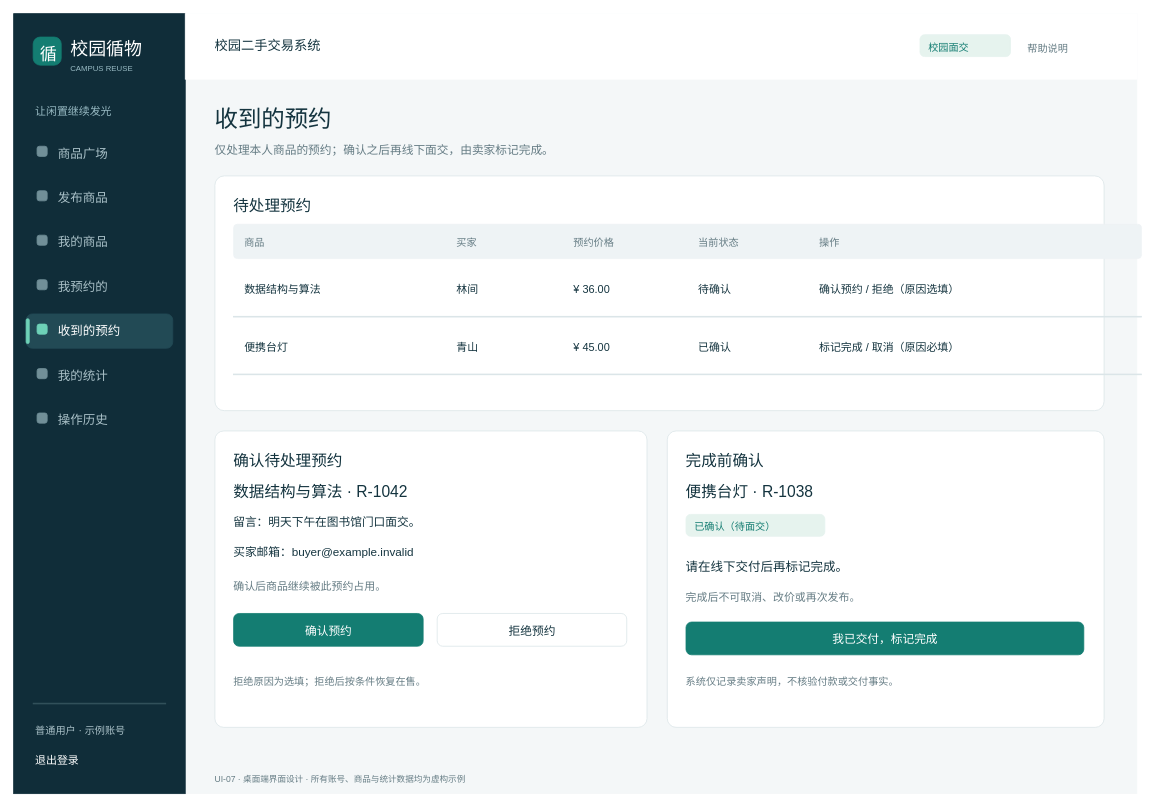
Before: page "界面07_收到的预约" (7 of 14) of lab2/UI/校园循物_UI设计.drawio in hqzhao-debug/software-engineering-lab1, a draw.io diagram. Source tidied: cells renumbered, new cells numbered last; positions are measured from the earlier drawing's top-left corner, leaving out a move shared by most shapes. Both pictures are drawn from the tidied source at 78%, with x=0, y=0 at pixel (13, 13).
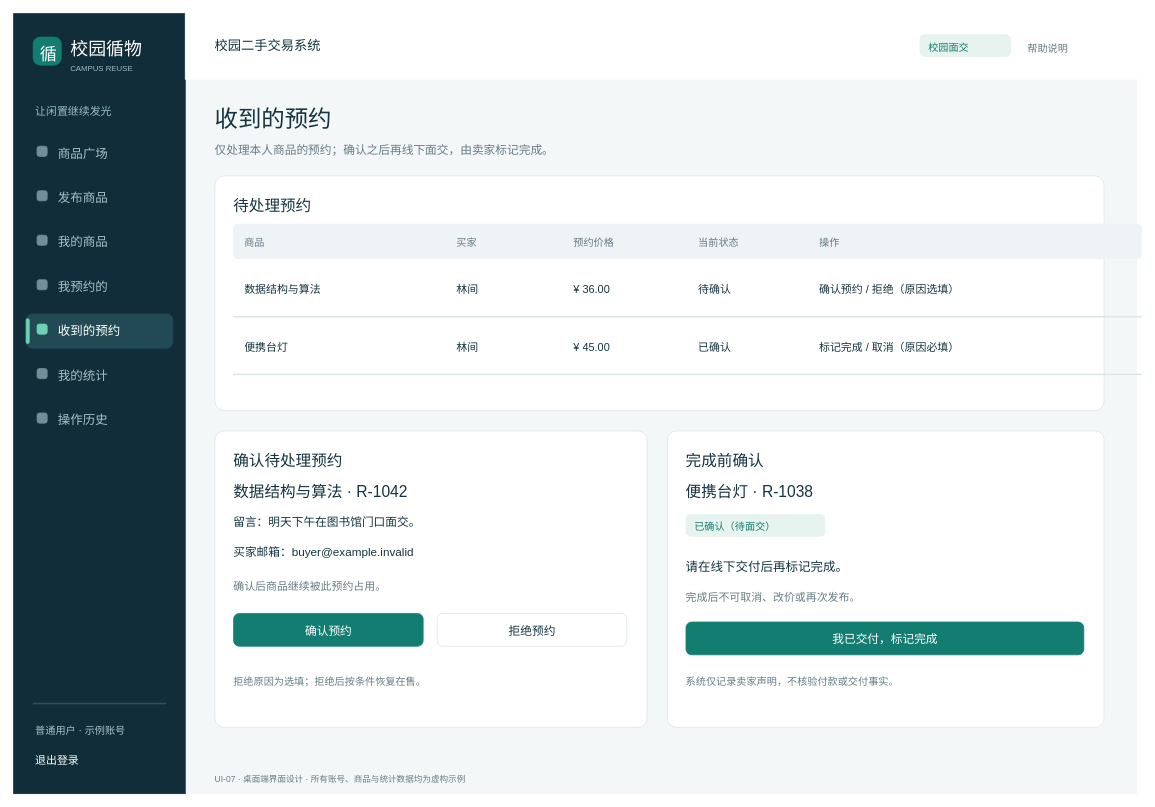
The same diagram, later.

What changed in the source:
```diff
@@
-    <mxCell id="51" value="青山" style="text;html=0;strokeColor=none;fillColor=none;align=left;verticalAlign=top;whiteSpace=wrap;rounded=0;fontFamily=Hiragino Sans GB;fontSize=14;fontColor=#14343F;spacing=0;" parent="1" vertex="1">
+    <mxCell id="51" value="林间" style="text;html=0;strokeColor=none;fillColor=none;align=left;verticalAlign=top;whiteSpace=wrap;rounded=0;fontFamily=Hiragino Sans GB;fontSize=14;fontColor=#14343F;spacing=0;" parent="1" vertex="1">
       <mxGeometry x="568" y="415" width="40" height="26" as="geometry" />
     </mxCell>
```
